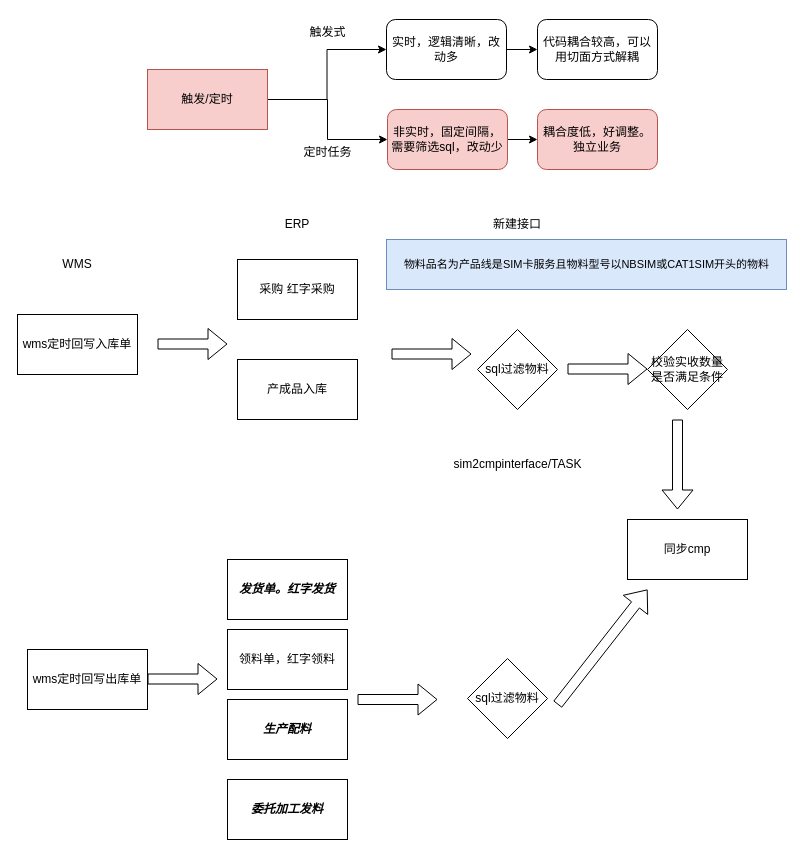
zckyuwang/spring-cloud-master keeps this draw.io diagram as sim.drawio. Above is the earlier version. Source tidied: cells renumbered, new cells numbered last; positions are measured from the earlier drawing's top-left corner, leaving out a move shared by most shapes. Both pictures are drawn from the tidied source at 100%, with x=0, y=0 at pixel (17, 17).
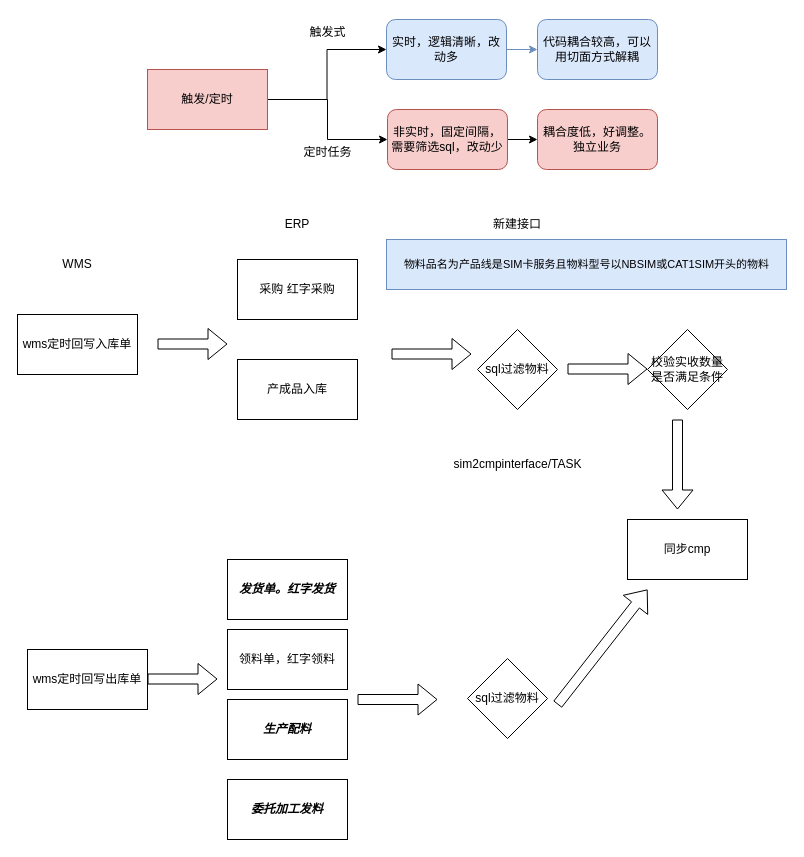
The same page after the edit.

Change to the diagram source:
```diff
@@
-    <mxCell id="29" style="edgeStyle=orthogonalEdgeStyle;rounded=0;jettySize=auto;html=1;" parent="1" edge="1" source="30" target="35">
+    <mxCell id="29" style="edgeStyle=orthogonalEdgeStyle;rounded=0;jettySize=auto;html=1;fillColor=#dae8fc;strokeColor=#6c8ebf;" parent="1" edge="1" source="30" target="35">
       <mxGeometry relative="1" as="geometry" />
     </mxCell>
-    <mxCell id="30" value="实时，逻辑清晰，改动多" style="rounded=1;whiteSpace=wrap;html=1;" parent="1" vertex="1">
+    <mxCell id="30" value="实时，逻辑清晰，改动多" style="rounded=1;whiteSpace=wrap;html=1;fillColor=#dae8fc;strokeColor=#6c8ebf;" parent="1" vertex="1">
       <mxGeometry x="369" y="2" width="120" height="60" as="geometry" />
     </mxCell>
@@
-    <mxCell id="35" value="代码耦合较高，可以用切面方式解耦" style="rounded=1;whiteSpace=wrap;html=1;" parent="1" vertex="1">
+    <mxCell id="35" value="代码耦合较高，可以用切面方式解耦" style="rounded=1;whiteSpace=wrap;html=1;fillColor=#dae8fc;strokeColor=#6c8ebf;" parent="1" vertex="1">
       <mxGeometry x="520" y="2" width="120" height="60" as="geometry" />
     </mxCell>
```
